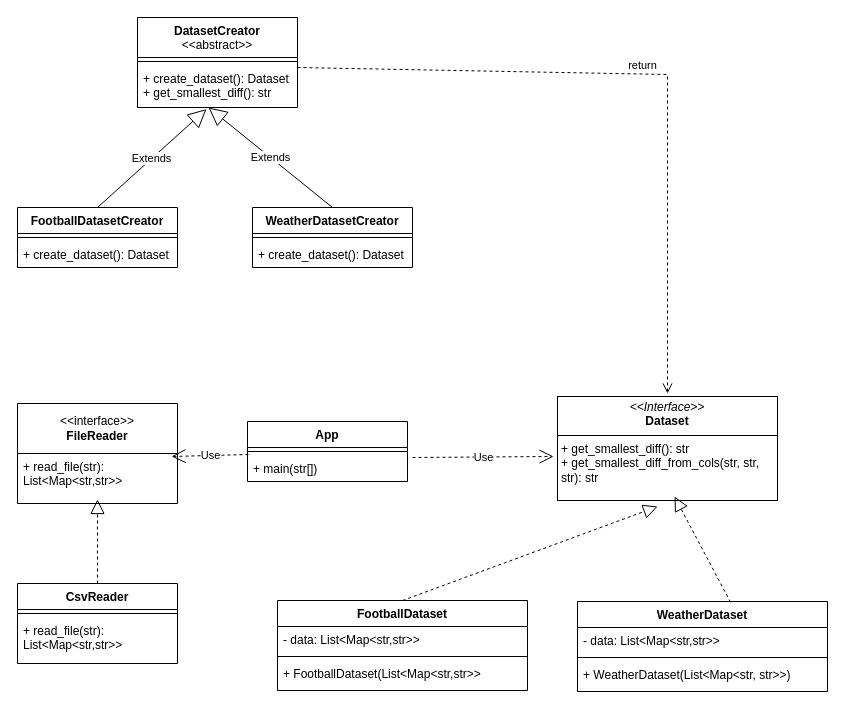
Earlier version of the draw.io diagram Architecture.drawio (Schall18/programming-challenge). Source tidied: cells renumbered, new cells numbered last; positions are measured from the earlier drawing's top-left corner, leaving out a move shared by most shapes. Both pictures are drawn from the tidied source at 100%, with x=0, y=0 at pixel (17, 17).
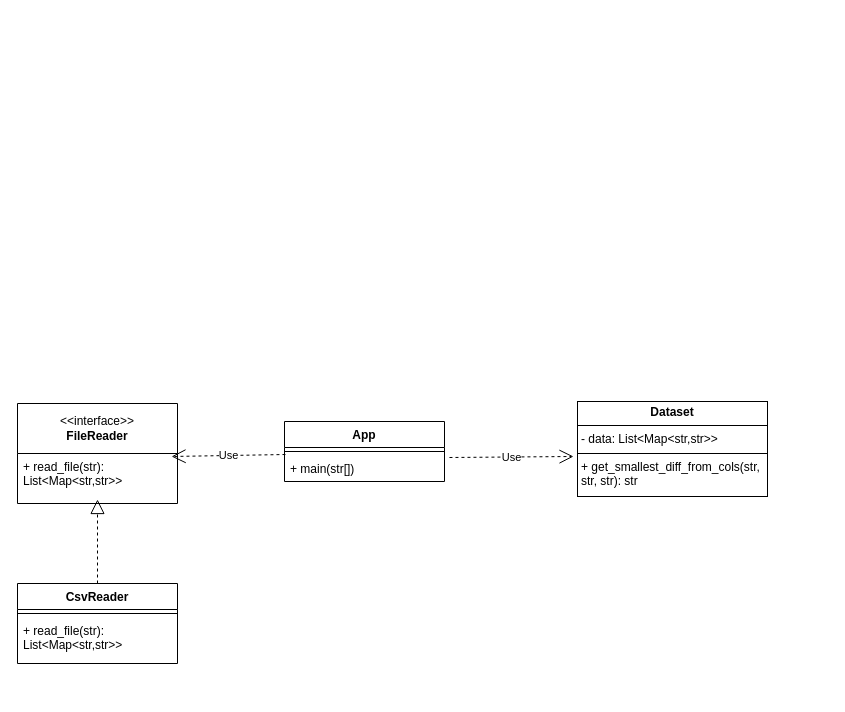
After the change.

Commit message (it also covers changes not shown here):
doc(football): change architecture

The change refers to these unchanged cells:
```xml
<mxCell id="4" value="+ main(str[])" style="text;strokeColor=none;fillColor=none;align=left;verticalAlign=top;spacingLeft=4;spacingRight=4;overflow=hidden;points=[[0,0.5],[1,0.5]];portConstraint=eastwest;whiteSpace=wrap;html=1;" parent="2" vertex="1">
  <mxGeometry y="34" width="160" height="26" as="geometry" />
</mxCell>
```

Change to the diagram source:
```diff
@@
     <mxCell id="2" value="App" style="swimlane;fontStyle=1;align=center;verticalAlign=top;horizontal=1;startSize=26;whiteSpace=wrap;html=1;" parent="1" vertex="1">
-      <mxGeometry x="230" y="404" width="160" height="60" as="geometry" />
+      <mxGeometry x="267" y="404" width="160" height="60" as="geometry" />
     </mxCell>
@@
-    <mxCell id="9" value="WeatherDataset" style="swimlane;fontStyle=1;align=center;verticalAlign=top;horizontal=1;startSize=26;whiteSpace=wrap;html=1;" parent="1" vertex="1">
-      <mxGeometry x="560" y="584" width="250" height="90" as="geometry" />
-    </mxCell>
-    <mxCell id="10" value="- data: List&amp;lt;Map&amp;lt;str,str&amp;gt;&amp;gt;" style="text;strokeColor=none;fillColor=none;align=left;verticalAlign=top;spacingLeft=4;spacingRight=4;overflow=hidden;whiteSpace=wrap;html=1;" parent="9" vertex="1">
-      <mxGeometry y="26" width="250" height="26" as="geometry" />
-    </mxCell>
-    <mxCell id="11" style="line;strokeWidth=1;fillColor=none;align=left;verticalAlign=middle;spacingTop=-1;spacingLeft=3;spacingRight=3;labelPosition=right;strokeColor=inherit;" parent="9" vertex="1">
-      <mxGeometry y="52" width="250" height="8" as="geometry" />
-    </mxCell>
-    <mxCell id="12" value="+ WeatherDataset(List&amp;lt;Map&amp;lt;str, str&amp;gt;&amp;gt;)" style="text;strokeColor=none;fillColor=none;align=left;verticalAlign=top;spacingLeft=4;spacingRight=4;overflow=hidden;whiteSpace=wrap;html=1;" parent="9" vertex="1">
-      <mxGeometry y="60" width="250" height="30" as="geometry" />
-    </mxCell>
@@
-    <mxCell id="16" value="DatasetCreator&lt;div&gt;&lt;span style=&quot;font-weight: 400;&quot;&gt;&amp;lt;&amp;lt;abstract&amp;gt;&amp;gt;&lt;/span&gt;&lt;/div&gt;" style="swimlane;fontStyle=1;align=center;verticalAlign=top;horizontal=1;startSize=40;whiteSpace=wrap;html=1;" parent="1" vertex="1">
-      <mxGeometry x="120" width="160" height="90" as="geometry" />
-    </mxCell>
-    <mxCell id="17" style="line;strokeWidth=1;fillColor=none;align=left;verticalAlign=middle;spacingTop=-1;spacingLeft=3;spacingRight=3;labelPosition=right;strokeColor=inherit;" parent="16" vertex="1">
-      <mxGeometry y="40" width="160" height="8" as="geometry" />
-    </mxCell>
-    <mxCell id="18" value="+ create_dataset(): Dataset&lt;div&gt;+ get_smallest_diff(): str&lt;/div&gt;" style="text;strokeColor=none;fillColor=none;align=left;verticalAlign=top;spacingLeft=4;spacingRight=4;overflow=hidden;points=[[0,0.5],[1,0.5]];portConstraint=eastwest;whiteSpace=wrap;html=1;" parent="16" vertex="1">
-      <mxGeometry y="48" width="160" height="42" as="geometry" />
-    </mxCell>
-    <mxCell id="19" value="FootballDataset" style="swimlane;fontStyle=1;align=center;verticalAlign=top;horizontal=1;startSize=26;whiteSpace=wrap;html=1;" parent="1" vertex="1">
-      <mxGeometry x="260" y="583" width="250" height="90" as="geometry" />
-    </mxCell>
-    <mxCell id="20" value="- data: List&amp;lt;Map&amp;lt;str,str&amp;gt;&amp;gt;" style="text;strokeColor=none;fillColor=none;align=left;verticalAlign=top;spacingLeft=4;spacingRight=4;overflow=hidden;whiteSpace=wrap;html=1;" parent="19" vertex="1">
-      <mxGeometry y="26" width="250" height="26" as="geometry" />
-    </mxCell>
-    <mxCell id="21" style="line;strokeWidth=1;fillColor=none;align=left;verticalAlign=middle;spacingTop=-1;spacingLeft=3;spacingRight=3;labelPosition=right;strokeColor=inherit;" parent="19" vertex="1">
-      <mxGeometry y="52" width="250" height="8" as="geometry" />
-    </mxCell>
-    <mxCell id="22" value="+ FootballDataset(List&amp;lt;Map&amp;lt;str,str&amp;gt;&amp;gt;" style="text;strokeColor=none;fillColor=none;align=left;verticalAlign=top;spacingLeft=4;spacingRight=4;overflow=hidden;whiteSpace=wrap;html=1;" parent="19" vertex="1">
-      <mxGeometry y="60" width="250" height="30" as="geometry" />
-    </mxCell>
-    <mxCell id="23" value="FootballDatasetCreator" style="swimlane;fontStyle=1;align=center;verticalAlign=top;horizontal=1;startSize=26;whiteSpace=wrap;html=1;" parent="1" vertex="1">
-      <mxGeometry y="190" width="160" height="60" as="geometry" />
-    </mxCell>
-    <mxCell id="24" style="line;strokeWidth=1;fillColor=none;align=left;verticalAlign=middle;spacingTop=-1;spacingLeft=3;spacingRight=3;labelPosition=right;strokeColor=inherit;" parent="23" vertex="1">
-      <mxGeometry y="26" width="160" height="8" as="geometry" />
-    </mxCell>
-    <mxCell id="25" value="+ create_dataset(): Dataset" style="text;strokeColor=none;fillColor=none;align=left;verticalAlign=top;spacingLeft=4;spacingRight=4;overflow=hidden;whiteSpace=wrap;html=1;" parent="23" vertex="1">
-      <mxGeometry y="34" width="160" height="26" as="geometry" />
-    </mxCell>
-    <mxCell id="26" value="WeatherDatasetCreator" style="swimlane;fontStyle=1;align=center;verticalAlign=top;horizontal=1;startSize=26;whiteSpace=wrap;html=1;" parent="1" vertex="1">
-      <mxGeometry x="235" y="190" width="160" height="60" as="geometry" />
-    </mxCell>
-    <mxCell id="27" style="line;strokeWidth=1;fillColor=none;align=left;verticalAlign=middle;spacingTop=-1;spacingLeft=3;spacingRight=3;labelPosition=right;strokeColor=inherit;" parent="26" vertex="1">
-      <mxGeometry y="26" width="160" height="8" as="geometry" />
-    </mxCell>
-    <mxCell id="28" value="+ create_dataset(): Dataset" style="text;strokeColor=none;fillColor=none;align=left;verticalAlign=top;spacingLeft=4;spacingRight=4;overflow=hidden;whiteSpace=wrap;html=1;" parent="26" vertex="1">
-      <mxGeometry y="34" width="160" height="26" as="geometry" />
-    </mxCell>
-    <mxCell id="29" value="Extends" style="endArrow=block;endSize=16;endFill=0;html=1;rounded=0;exitX=0.5;exitY=0;exitDx=0;exitDy=0;entryX=0.431;entryY=1.038;entryDx=0;entryDy=0;entryPerimeter=0;" parent="1" edge="1" source="23" target="18">
-      <mxGeometry relative="1" as="geometry" />
-    </mxCell>
-    <mxCell id="30" value="Extends" style="endArrow=block;endSize=16;endFill=0;html=1;rounded=0;exitX=0.5;exitY=0;exitDx=0;exitDy=0;entryX=0.444;entryY=1;entryDx=0;entryDy=0;entryPerimeter=0;" parent="1" edge="1" source="26" target="18">
-      <mxGeometry relative="1" as="geometry" />
-    </mxCell>
-    <mxCell id="31" value="&lt;p style=&quot;margin:0px;margin-top:4px;text-align:center;&quot;&gt;&lt;i&gt;&amp;lt;&amp;lt;Interface&amp;gt;&amp;gt;&lt;/i&gt;&lt;br&gt;&lt;b&gt;Dataset&lt;/b&gt;&lt;/p&gt;&lt;hr size=&quot;1&quot; style=&quot;border-style:solid;&quot;&gt;&lt;p style=&quot;margin:0px;margin-left:4px;&quot;&gt;&lt;span style=&quot;background-color: transparent; color: light-dark(rgb(0, 0, 0), rgb(255, 255, 255));&quot;&gt;+ get_smallest_diff(): str&lt;/span&gt;&lt;/p&gt;&lt;p style=&quot;margin:0px;margin-left:4px;&quot;&gt;+ get_smallest_diff_from_cols(str, str, str): str&lt;/p&gt;" style="verticalAlign=top;align=left;overflow=fill;html=1;whiteSpace=wrap;" parent="1" vertex="1">
-      <mxGeometry x="540" y="379" width="220" height="104" as="geometry" />
-    </mxCell>
-    <mxCell id="32" value="Use" style="endArrow=open;endSize=12;dashed=1;html=1;rounded=0;exitX=1.031;exitY=0.077;exitDx=0;exitDy=0;exitPerimeter=0;entryX=-0.018;entryY=0.577;entryDx=0;entryDy=0;entryPerimeter=0;" parent="1" edge="1" source="4" target="31">
+    <mxCell id="32" value="Use" style="endArrow=open;endSize=12;dashed=1;html=1;rounded=0;exitX=1.031;exitY=0.077;exitDx=0;exitDy=0;exitPerimeter=0;entryX=-0.021;entryY=0.579;entryDx=0;entryDy=0;entryPerimeter=0;" parent="1" edge="1" source="4" target="36">
       <mxGeometry relative="1" as="geometry" />
     </mxCell>
-    <mxCell id="33" style="endArrow=block;dashed=1;endFill=0;endSize=12;html=1;rounded=0;exitX=0.5;exitY=0;exitDx=0;exitDy=0;entryX=0.455;entryY=1.058;entryDx=0;entryDy=0;entryPerimeter=0;" parent="1" edge="1" source="19" target="31">
-      <mxGeometry relative="1" as="geometry" />
-    </mxCell>
-    <mxCell id="34" style="endArrow=block;dashed=1;endFill=0;endSize=12;html=1;rounded=0;exitX=0.612;exitY=0.008;exitDx=0;exitDy=0;exitPerimeter=0;entryX=0.532;entryY=0.962;entryDx=0;entryDy=0;entryPerimeter=0;" parent="1" edge="1" source="9" target="31">
-      <mxGeometry relative="1" as="geometry" />
-    </mxCell>
-    <mxCell id="35" value="return" style="html=1;verticalAlign=bottom;endArrow=open;dashed=1;endSize=8;curved=0;rounded=0;entryX=0.5;entryY=0;entryDx=0;entryDy=0;exitX=1;exitY=0.5;exitDx=0;exitDy=0;" parent="1" edge="1">
-      <mxGeometry relative="1" as="geometry">
-        <mxPoint x="280" y="50" as="sourcePoint" />
-        <mxPoint x="650" y="376" as="targetPoint" />
-        <Array as="points">
-          <mxPoint x="650" y="57" />
-        </Array>
-      </mxGeometry>
-    </mxCell>
+    <mxCell id="36" value="&lt;p style=&quot;margin:0px;margin-top:4px;text-align:center;&quot;&gt;&lt;b&gt;Dataset&lt;/b&gt;&lt;/p&gt;&lt;hr size=&quot;1&quot; style=&quot;border-style:solid;&quot;&gt;&lt;p style=&quot;margin:0px;margin-left:4px;&quot;&gt;- data: List&amp;lt;Map&amp;lt;str,str&amp;gt;&amp;gt;&lt;/p&gt;&lt;hr size=&quot;1&quot; style=&quot;border-style:solid;&quot;&gt;&lt;p style=&quot;margin: 0px 0px 0px 4px;&quot;&gt;&lt;span style=&quot;background-color: transparent; color: light-dark(rgb(0, 0, 0), rgb(255, 255, 255));&quot;&gt;+ get_smallest_diff_from_cols(str, str, str): str&lt;/span&gt;&lt;/p&gt;" style="verticalAlign=top;align=left;overflow=fill;html=1;whiteSpace=wrap;" parent="1" vertex="1">
+      <mxGeometry x="560" y="384" width="190" height="95" as="geometry" />
+    </mxCell>
+    <mxCell id="37" style="edgeStyle=orthogonalEdgeStyle;rounded=0;orthogonalLoop=1;jettySize=auto;html=1;exitX=0.5;exitY=1;exitDx=0;exitDy=0;" parent="1" edge="1" source="36" target="36">
+      <mxGeometry relative="1" as="geometry" />
+    </mxCell>
```
